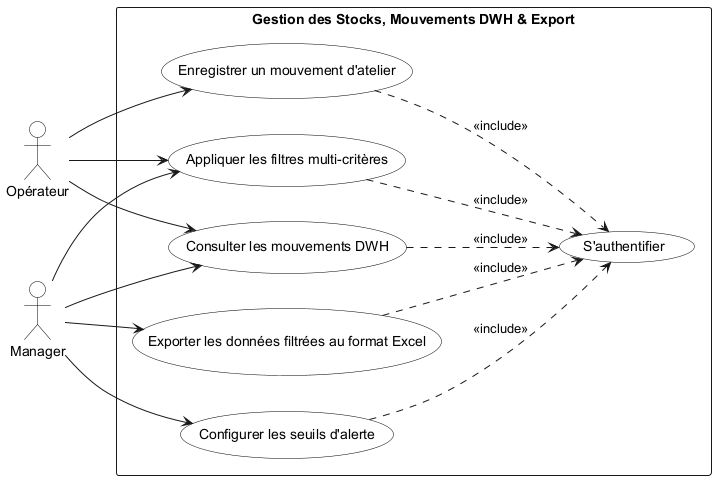
ayoubmek/PFE_data_science keeps this PlantUML diagram as Rapport/diagrams/sprint3_usecase.png. Above is the earlier version.
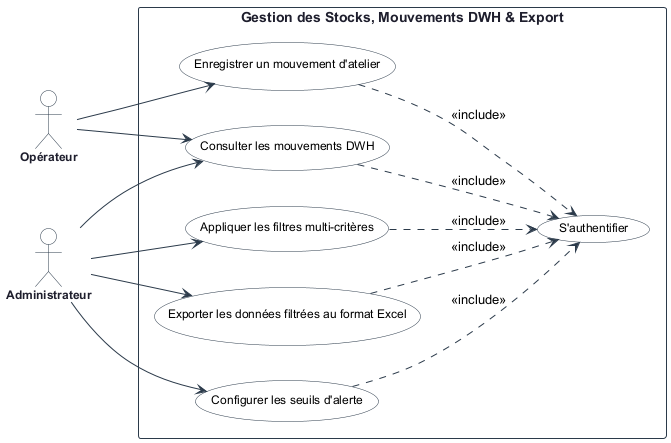
Later version of the same file.

What changed in the source:
```diff
@@ -1,34 +1,51 @@
 @startuml sprint3_usecase
 left to right direction
+skinparam packageStyle rectangle
+skinparam shadowing false
+
 skinparam usecase {
     BackgroundColor White
-    BorderColor Black
+    BorderColor #2B3A4A
+    ArrowColor #2B3A4A
+    FontSize 12
+    FontName Arial
 }
 skinparam actor {
     BackgroundColor White
-    BorderColor Black
+    BorderColor #2B3A4A
+    FontColor #1E1E2D
+    FontSize 12
+    FontName Arial
+    FontStyle bold
+}
+skinparam rectangle {
+    BackgroundColor White
+    BorderColor #2B3A4A
+    FontSize 14
+    FontName Arial
+    FontStyle bold
+    FontColor #1E1E2D
 }
 
 actor "Opérateur" as OPE
-actor "Manager" as MGR
+actor "Administrateur" as ADM
 
 rectangle "Gestion des Stocks, Mouvements DWH & Export" {
     usecase "S'authentifier" as UC_Auth
+    usecase "Enregistrer un mouvement d'atelier" as UC32
     usecase "Consulter les mouvements DWH" as UC31
-    usecase "Enregistrer un mouvement d'atelier" as UC32
     usecase "Appliquer les filtres multi-critères" as UC33
     usecase "Exporter les données filtrées au format Excel" as UC34
     usecase "Configurer les seuils d'alerte" as UC35
 }
 
+OPE --> UC32
 OPE --> UC31
-OPE --> UC32
-OPE --> UC33
 
-MGR --> UC31
-MGR --> UC33
-MGR --> UC34
-MGR --> UC35
+ADM --> UC31
+ADM --> UC33
+ADM --> UC34
+ADM --> UC35
 
 UC31 ..> UC_Auth : <<include>>
 UC32 ..> UC_Auth : <<include>>
```
